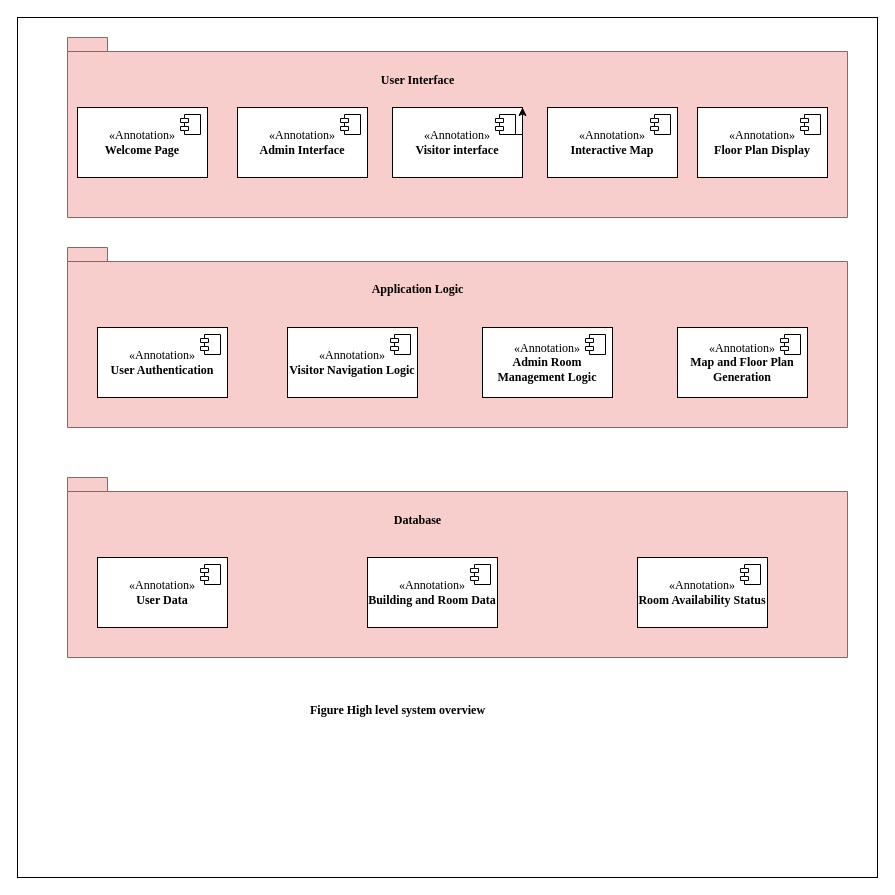
The draw.io diagram systemArchitecture.drawio in TsiOnshime/diagrams, before the edit. Source tidied: cells renumbered, new cells numbered last; positions are measured from the earlier drawing's top-left corner, leaving out a move shared by most shapes. Both pictures are drawn from the tidied source at 100%, with x=0, y=0 at pixel (17, 17).
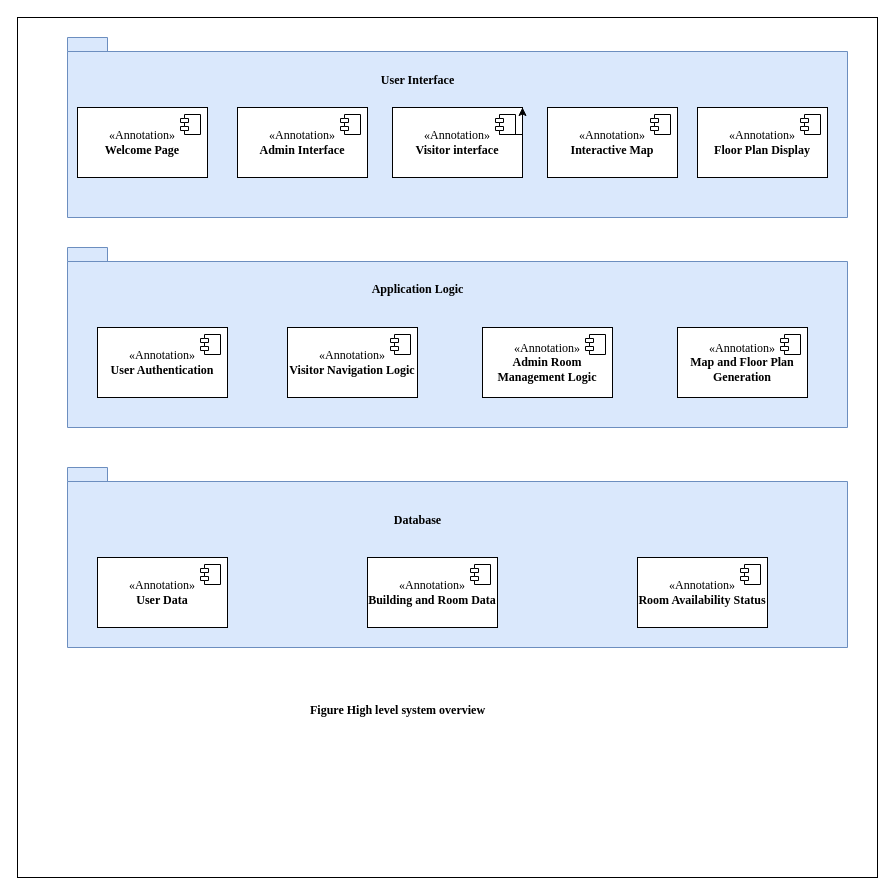
After the change.

Diff of the diagram source:
```diff
@@
-    <mxCell id="3" style="shape=folder;fontStyle=1;spacingTop=10;tabWidth=40;tabHeight=14;tabPosition=left;html=1;whiteSpace=wrap;fillColor=#f8cecc;strokeColor=#b85450;fontFamily=Times New Roman;spacing=2;" parent="1" vertex="1">
+    <mxCell id="3" style="shape=folder;fontStyle=1;spacingTop=10;tabWidth=40;tabHeight=14;tabPosition=left;html=1;whiteSpace=wrap;fillColor=#dae8fc;strokeColor=#6c8ebf;fontFamily=Times New Roman;spacing=2;" parent="1" vertex="1">
       <mxGeometry x="50" y="20" width="780" height="180" as="geometry" />
     </mxCell>
-    <mxCell id="4" style="shape=folder;fontStyle=1;spacingTop=10;tabWidth=40;tabHeight=14;tabPosition=left;html=1;whiteSpace=wrap;fillColor=#f8cecc;strokeColor=#b85450;fontFamily=Times New Roman;spacing=2;" parent="1" vertex="1">
+    <mxCell id="4" style="shape=folder;fontStyle=1;spacingTop=10;tabWidth=40;tabHeight=14;tabPosition=left;html=1;whiteSpace=wrap;fillColor=#dae8fc;strokeColor=#6c8ebf;fontFamily=Times New Roman;spacing=2;" parent="1" vertex="1">
       <mxGeometry x="50" y="230" width="780" height="180" as="geometry" />
     </mxCell>
-    <mxCell id="5" style="shape=folder;fontStyle=1;spacingTop=10;tabWidth=40;tabHeight=14;tabPosition=left;html=1;whiteSpace=wrap;fillColor=#f8cecc;strokeColor=#b85450;fontFamily=Times New Roman;spacing=2;" parent="1" vertex="1">
-      <mxGeometry x="50" y="460" width="780" height="180" as="geometry" />
+    <mxCell id="5" style="shape=folder;fontStyle=1;spacingTop=10;tabWidth=40;tabHeight=14;tabPosition=left;html=1;whiteSpace=wrap;fillColor=#dae8fc;strokeColor=#6c8ebf;fontFamily=Times New Roman;spacing=2;" parent="1" vertex="1">
+      <mxGeometry x="50" y="450" width="780" height="180" as="geometry" />
     </mxCell>
```
